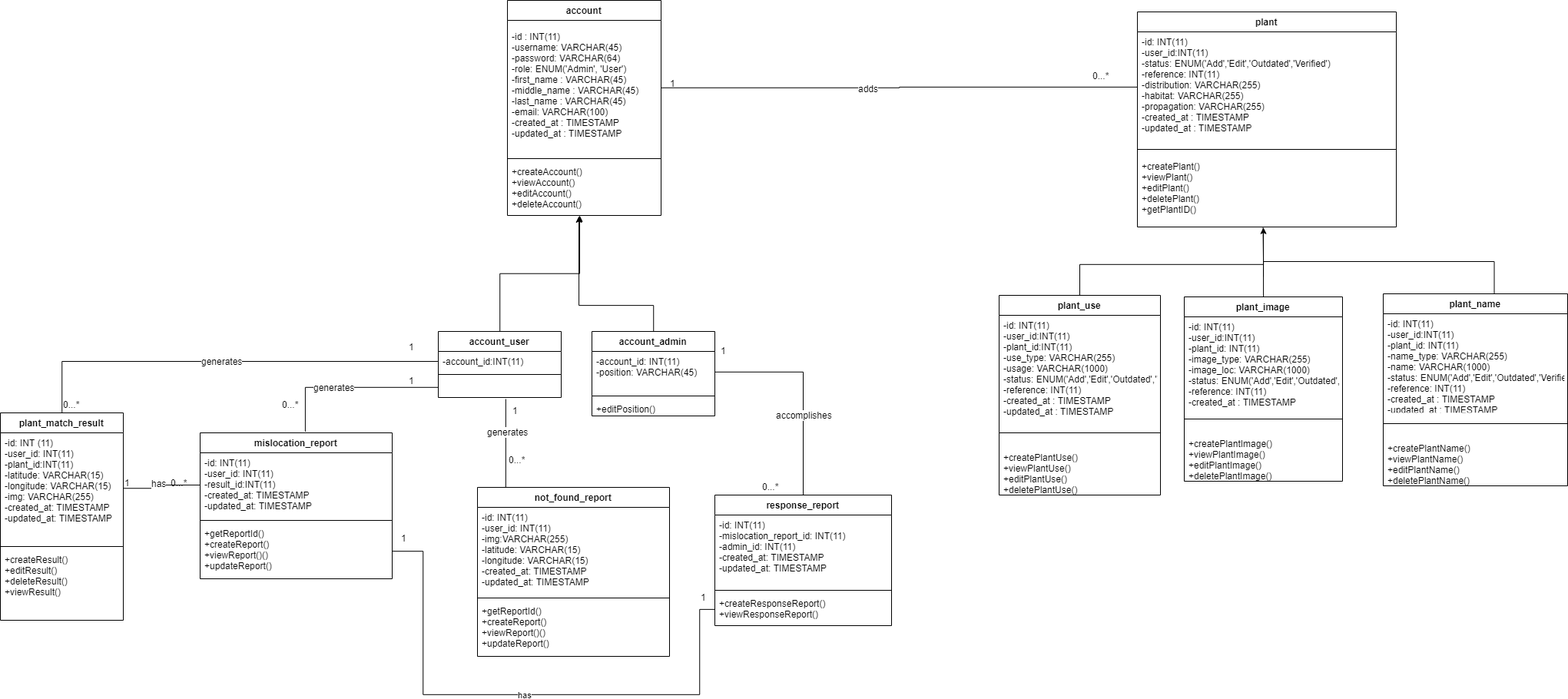
Before: Documentations/Diagrams (Midterms)/2-Class Diagram/Class Diagram.png, a diagram exported from draw.io (seans888/project--lyf). Source tidied: cells renumbered, new cells last; positions are measured from the earlier drawing's top-left corner, leaving out a move shared by most shapes.
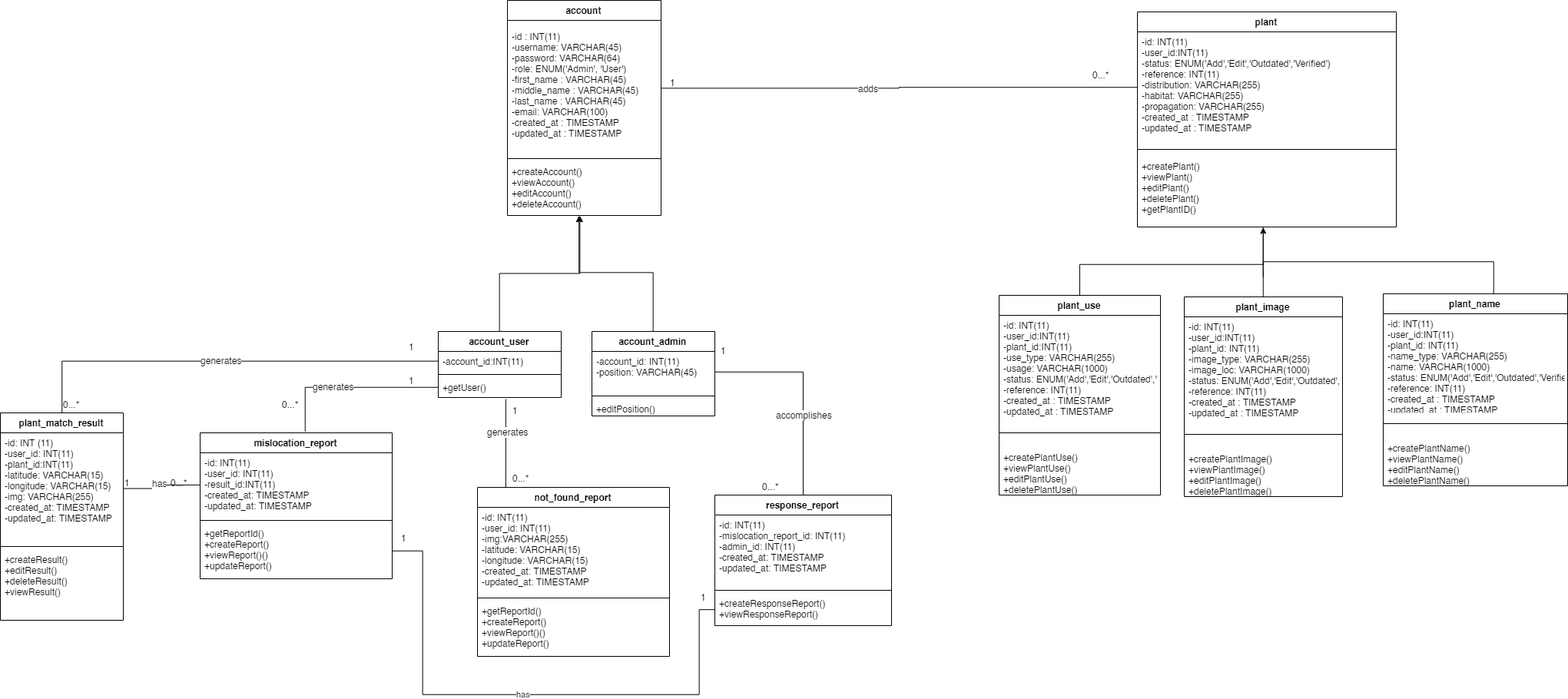
After the commit.

Change to the diagram source:
```diff
@@ -26,7 +26,7 @@
     <mxCell id="9" style="line;strokeWidth=1;fillColor=none;align=left;verticalAlign=middle;spacingTop=-1;spacingLeft=3;spacingRight=3;labelPosition=right;" parent="7" vertex="1">
       <mxGeometry y="52" width="160" height="8" as="geometry" />
     </mxCell>
-    <mxCell id="10" value=" " style="text;strokeColor=none;fillColor=none;align=left;verticalAlign=top;spacingLeft=4;spacingRight=4;overflow=hidden;points=[[0,0.5],[1,0.5]];portConstraint=eastwest;" parent="7" vertex="1">
+    <mxCell id="10" value="+getUser()" style="text;strokeColor=none;fillColor=none;align=left;verticalAlign=top;spacingLeft=4;spacingRight=4;overflow=hidden;points=[[0,0.5],[1,0.5]];portConstraint=eastwest;" parent="7" vertex="1">
       <mxGeometry y="60" width="160" height="26" as="geometry" />
     </mxCell>
     <mxCell id="11" value="plant_match_result" style="swimlane;fontStyle=1;align=center;verticalAlign=top;horizontal=1;startSize=26;" parent="1" vertex="1">
@@ -56,8 +56,8 @@
     <mxCell id="19" style="edgeStyle=orthogonalEdgeStyle;rounded=0;html=1;exitX=0.5;exitY=0;exitDx=0;exitDy=0;entryX=0.465;entryY=1.011;entryDx=0;entryDy=0;entryPerimeter=0;jettySize=auto;" parent="1" edge="1" source="20" target="5">
       <mxGeometry relative="1" as="geometry">
         <Array as="points">
-          <mxPoint x="850" y="397" />
-          <mxPoint x="753" y="397" />
+          <mxPoint x="850" y="354" />
+          <mxPoint x="753" y="354" />
         </Array>
       </mxGeometry>
     </mxCell>
@@ -113,16 +113,16 @@
       </mxGeometry>
     </mxCell>
     <mxCell id="34" value="plant_image" style="swimlane;fontStyle=1;align=center;verticalAlign=top;horizontal=1;startSize=26;" parent="1" vertex="1">
-      <mxGeometry x="1541" y="386" width="206" height="240" as="geometry" />
+      <mxGeometry x="1541" y="386" width="206" height="260" as="geometry" />
     </mxCell>
     <mxCell id="35" value="-id: INT(11)&#10;-user_id:INT(11)&#10;-plant_id: INT(11)&#10;-image_type: VARCHAR(255)&#10;-image_loc: VARCHAR(1000)&#10;-status: ENUM('Add','Edit','Outdated','Verified')&#10;-reference: INT(11)&#10;-created_at : TIMESTAMP&#10;-updated_at : TIMESTAMP&#10;" style="text;strokeColor=none;fillColor=none;align=left;verticalAlign=top;spacingLeft=4;spacingRight=4;overflow=hidden;" parent="34" vertex="1">
-      <mxGeometry y="26" width="206" height="114" as="geometry" />
+      <mxGeometry y="26" width="206" height="134" as="geometry" />
     </mxCell>
     <mxCell id="36" style="line;strokeWidth=1;fillColor=none;align=left;verticalAlign=middle;spacingTop=-1;spacingLeft=3;spacingRight=3;labelPosition=right;" parent="34" vertex="1">
-      <mxGeometry y="140" width="206" height="38" as="geometry" />
+      <mxGeometry y="160" width="206" height="38" as="geometry" />
     </mxCell>
     <mxCell id="37" value="+createPlantImage()&#10;+viewPlantImage()&#10;+editPlantImage()&#10;+deletePlantImage()&#10;" style="text;strokeColor=none;fillColor=none;align=left;verticalAlign=top;spacingLeft=4;spacingRight=4;overflow=hidden;" parent="34" vertex="1">
-      <mxGeometry y="178" width="206" height="62" as="geometry" />
+      <mxGeometry y="198" width="206" height="62" as="geometry" />
     </mxCell>
     <mxCell id="38" style="edgeStyle=orthogonalEdgeStyle;rounded=0;html=1;exitX=0;exitY=0.5;exitDx=0;exitDy=0;endArrow=none;endFill=0;jettySize=auto;" parent="1" edge="1" source="8" target="11">
       <mxGeometry relative="1" as="geometry" />
@@ -227,7 +227,7 @@
       <mxGeometry x="665" y="525" width="20" height="10" as="geometry" />
     </mxCell>
     <mxCell id="69" value="0...*" style="text;html=1;align=left;verticalAlign=top;spacingTop=-4;" parent="1" vertex="1">
-      <mxGeometry x="660" y="589" width="40" height="10" as="geometry" />
+      <mxGeometry x="665" y="613" width="40" height="10" as="geometry" />
     </mxCell>
     <mxCell id="70" value="has" style="edgeStyle=orthogonalEdgeStyle;rounded=0;jettySize=auto;html=1;exitX=1;exitY=0.5;exitDx=0;exitDy=0;entryX=0;entryY=0.5;entryDx=0;entryDy=0;endArrow=none;endFill=0;" parent="1" edge="1" source="53" target="18">
       <mxGeometry relative="1" as="geometry">
```
